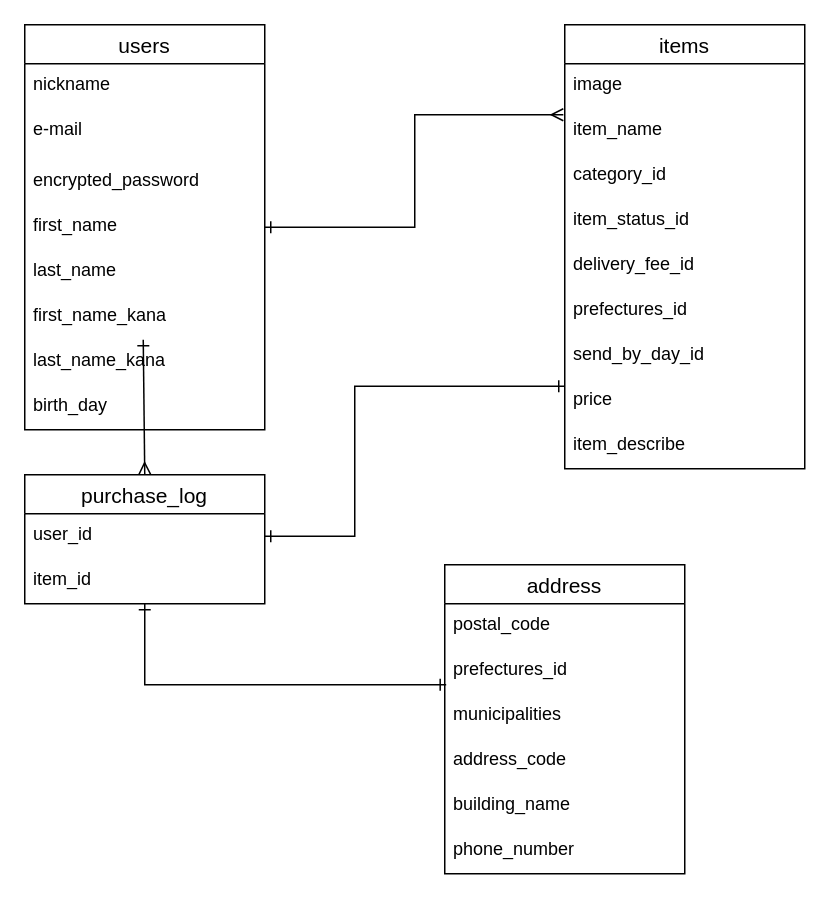
Earlier version of the draw.io diagram furima.dio (Quu-g31/furima-36562). Source tidied: cells renumbered, new cells numbered last; positions are measured from the earlier drawing's top-left corner, leaving out a move shared by most shapes. Both pictures are drawn from the tidied source at 150%, with x=0, y=0 at pixel (24, 24).
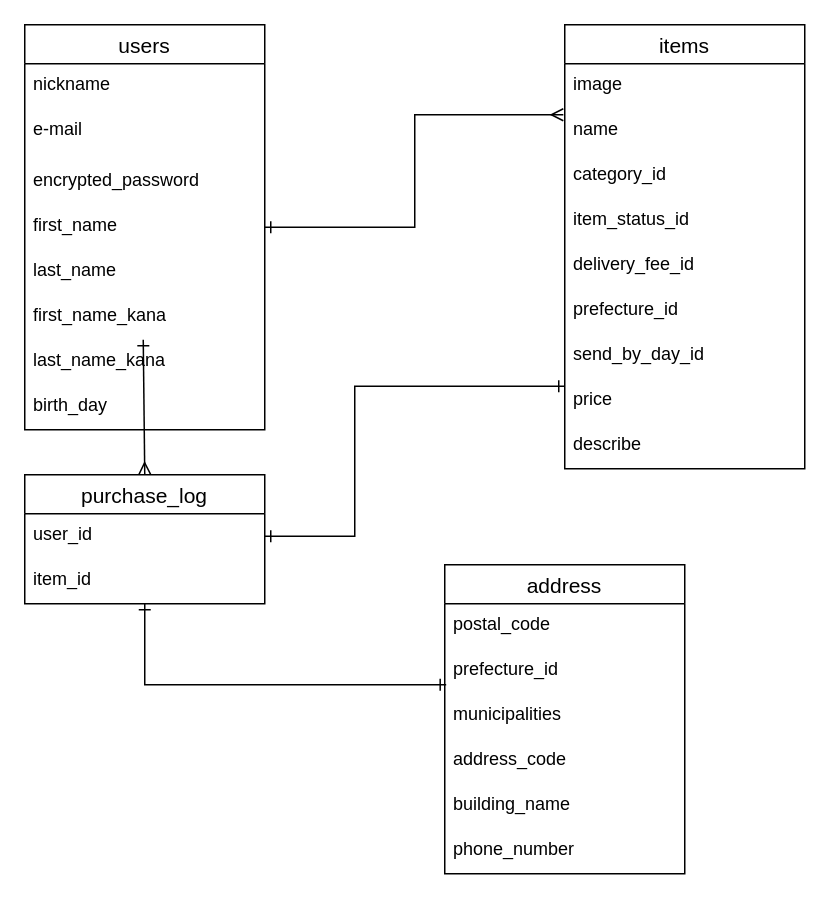
Above is the later version.

Unchanged cells that the change refers to:
```xml
<mxCell id="12" value="items" style="swimlane;fontStyle=0;horizontal=1;startSize=26;align=center;fontSize=14;" parent="1" vertex="1">
  <mxGeometry x="360" width="160" height="296" as="geometry" />
</mxCell>
<mxCell id="27" value="address" style="swimlane;fontStyle=0;horizontal=1;startSize=26;align=center;fontSize=14;" parent="1" vertex="1">
  <mxGeometry x="280" y="360" width="160" height="206" as="geometry" />
</mxCell>
```

The edit, as a diff of the source:
```diff
@@
-    <mxCell id="14" value="item_name" style="text;strokeColor=none;fillColor=none;spacingLeft=4;spacingRight=4;overflow=hidden;points=[[0,0.5],[1,0.5]];portConstraint=eastwest;fontSize=12;" parent="12" vertex="1">
+    <mxCell id="14" value="name" style="text;strokeColor=none;fillColor=none;spacingLeft=4;spacingRight=4;overflow=hidden;points=[[0,0.5],[1,0.5]];portConstraint=eastwest;fontSize=12;" parent="12" vertex="1">
       <mxGeometry y="56" width="160" height="30" as="geometry" />
     </mxCell>
@@
-    <mxCell id="18" value="prefectures_id" style="text;strokeColor=none;fillColor=none;spacingLeft=4;spacingRight=4;overflow=hidden;fontSize=12;" parent="12" vertex="1">
+    <mxCell id="18" value="prefecture_id" style="text;strokeColor=none;fillColor=none;spacingLeft=4;spacingRight=4;overflow=hidden;fontSize=12;" parent="12" vertex="1">
       <mxGeometry y="176" width="160" height="30" as="geometry" />
     </mxCell>
@@
-    <mxCell id="21" value="item_describe" style="text;strokeColor=none;fillColor=none;spacingLeft=4;spacingRight=4;overflow=hidden;fontSize=12;" parent="12" vertex="1">
+    <mxCell id="21" value="describe" style="text;strokeColor=none;fillColor=none;spacingLeft=4;spacingRight=4;overflow=hidden;fontSize=12;" parent="12" vertex="1">
       <mxGeometry y="266" width="160" height="30" as="geometry" />
     </mxCell>
@@
-    <mxCell id="29" value="prefectures_id" style="text;strokeColor=none;fillColor=none;spacingLeft=4;spacingRight=4;overflow=hidden;points=[[0,0.5],[1,0.5]];portConstraint=eastwest;fontSize=12;" parent="27" vertex="1">
+    <mxCell id="29" value="prefecture_id" style="text;strokeColor=none;fillColor=none;spacingLeft=4;spacingRight=4;overflow=hidden;points=[[0,0.5],[1,0.5]];portConstraint=eastwest;fontSize=12;" parent="27" vertex="1">
       <mxGeometry y="56" width="160" height="30" as="geometry" />
     </mxCell>
```
